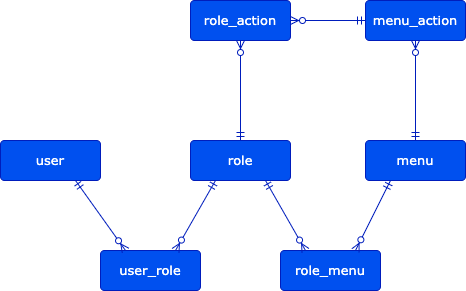
Earlier version of the draw.io export docs/rbac.drawio.png (acomma/admin). Source tidied: cells renumbered, new cells last; positions are measured from the earlier drawing's top-left corner, leaving out a move shared by most shapes.
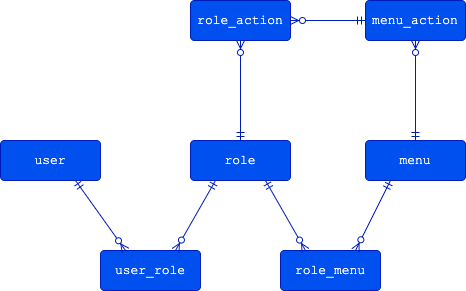
The same file after the commit.

Commit message:
docs: 实体关系模型

Diff of the diagram source:
```diff
@@ -2,46 +2,46 @@
   <root>
     <mxCell id="0" />
     <mxCell id="1" parent="0" />
-    <mxCell id="2" value="user" style="rounded=1;arcSize=10;whiteSpace=wrap;html=1;align=center;fontFamily=Verdana;fontSize=13;fillColor=#0050ef;fontColor=#ffffff;strokeColor=#001DBC;" parent="1" vertex="1">
+    <mxCell id="2" value="user" style="rounded=1;arcSize=10;whiteSpace=wrap;html=1;align=center;fontFamily=Courier New;fontSize=13;fillColor=#0050ef;fontColor=#ffffff;strokeColor=#001DBC;" parent="1" vertex="1">
       <mxGeometry y="140" width="100" height="40" as="geometry" />
     </mxCell>
-    <mxCell id="3" value="role" style="rounded=1;arcSize=10;whiteSpace=wrap;html=1;align=center;fontFamily=Verdana;fontSize=13;fillColor=#0050ef;fontColor=#ffffff;strokeColor=#001DBC;" parent="1" vertex="1">
+    <mxCell id="3" value="role" style="rounded=1;arcSize=10;whiteSpace=wrap;html=1;align=center;fontFamily=Courier New;fontSize=13;fillColor=#0050ef;fontColor=#ffffff;strokeColor=#001DBC;" parent="1" vertex="1">
       <mxGeometry x="190" y="140" width="100" height="40" as="geometry" />
     </mxCell>
-    <mxCell id="4" value="menu" style="rounded=1;arcSize=10;whiteSpace=wrap;html=1;align=center;fontFamily=Verdana;fontSize=13;fillColor=#0050ef;fontColor=#ffffff;strokeColor=#001DBC;" parent="1" vertex="1">
+    <mxCell id="4" value="menu" style="rounded=1;arcSize=10;whiteSpace=wrap;html=1;align=center;fontFamily=Courier New;fontSize=13;fillColor=#0050ef;fontColor=#ffffff;strokeColor=#001DBC;" parent="1" vertex="1">
       <mxGeometry x="365" y="140" width="100" height="40" as="geometry" />
     </mxCell>
-    <mxCell id="5" value="user_role" style="rounded=1;arcSize=10;whiteSpace=wrap;html=1;align=center;fontFamily=Verdana;fontSize=13;fillColor=#0050ef;fontColor=#ffffff;strokeColor=#001DBC;" parent="1" vertex="1">
+    <mxCell id="5" value="user_role" style="rounded=1;arcSize=10;whiteSpace=wrap;html=1;align=center;fontFamily=Courier New;fontSize=13;fillColor=#0050ef;fontColor=#ffffff;strokeColor=#001DBC;" parent="1" vertex="1">
       <mxGeometry x="100" y="250" width="100" height="40" as="geometry" />
     </mxCell>
-    <mxCell id="6" value="role_menu" style="rounded=1;arcSize=10;whiteSpace=wrap;html=1;align=center;fontFamily=Verdana;fontSize=13;fillColor=#0050ef;fontColor=#ffffff;strokeColor=#001DBC;" parent="1" vertex="1">
+    <mxCell id="6" value="role_menu" style="rounded=1;arcSize=10;whiteSpace=wrap;html=1;align=center;fontFamily=Courier New;fontSize=13;fillColor=#0050ef;fontColor=#ffffff;strokeColor=#001DBC;" parent="1" vertex="1">
       <mxGeometry x="280" y="250" width="100" height="40" as="geometry" />
     </mxCell>
-    <mxCell id="7" value="menu_action" style="rounded=1;arcSize=10;whiteSpace=wrap;html=1;align=center;fontFamily=Verdana;fontSize=13;fillColor=#0050ef;fontColor=#ffffff;strokeColor=#001DBC;" parent="1" vertex="1">
+    <mxCell id="7" value="menu_action" style="rounded=1;arcSize=10;whiteSpace=wrap;html=1;align=center;fontFamily=Courier New;fontSize=13;fillColor=#0050ef;fontColor=#ffffff;strokeColor=#001DBC;" parent="1" vertex="1">
       <mxGeometry x="365" width="100" height="40" as="geometry" />
     </mxCell>
-    <mxCell id="8" value="role_action" style="rounded=1;arcSize=10;whiteSpace=wrap;html=1;align=center;fontFamily=Verdana;fontSize=13;fillColor=#0050ef;strokeColor=#001DBC;fontColor=#ffffff;" parent="1" vertex="1">
+    <mxCell id="8" value="role_action" style="rounded=1;arcSize=10;whiteSpace=wrap;html=1;align=center;fontFamily=Courier New;fontSize=13;fillColor=#0050ef;strokeColor=#001DBC;fontColor=#ffffff;" parent="1" vertex="1">
       <mxGeometry x="190" width="100" height="40" as="geometry" />
     </mxCell>
-    <mxCell id="9" style="fontSize=13;html=1;endArrow=ERzeroToMany;startArrow=ERmandOne;exitX=0.75;exitY=1;exitDx=0;exitDy=0;entryX=0.25;entryY=0;entryDx=0;entryDy=0;fontFamily=Verdana;fillColor=#0050ef;strokeColor=#001DBC;" parent="1" edge="1" source="2" target="5">
+    <mxCell id="9" style="fontSize=13;html=1;endArrow=ERzeroToMany;startArrow=ERmandOne;exitX=0.75;exitY=1;exitDx=0;exitDy=0;entryX=0.25;entryY=0;entryDx=0;entryDy=0;fontFamily=Courier New;fillColor=#0050ef;strokeColor=#001DBC;" parent="1" edge="1" source="2" target="5">
       <mxGeometry relative="1" as="geometry" />
     </mxCell>
-    <mxCell id="10" style="fontSize=13;html=1;endArrow=ERzeroToMany;startArrow=ERmandOne;exitX=0.25;exitY=1;exitDx=0;exitDy=0;entryX=0.75;entryY=0;entryDx=0;entryDy=0;fontFamily=Verdana;fillColor=#0050ef;strokeColor=#001DBC;" parent="1" edge="1" source="3" target="5">
+    <mxCell id="10" style="fontSize=13;html=1;endArrow=ERzeroToMany;startArrow=ERmandOne;exitX=0.25;exitY=1;exitDx=0;exitDy=0;entryX=0.75;entryY=0;entryDx=0;entryDy=0;fontFamily=Courier New;fillColor=#0050ef;strokeColor=#001DBC;" parent="1" edge="1" source="3" target="5">
       <mxGeometry relative="1" as="geometry" />
     </mxCell>
-    <mxCell id="11" style="fontSize=13;html=1;endArrow=ERzeroToMany;startArrow=ERmandOne;exitX=0.75;exitY=1;exitDx=0;exitDy=0;entryX=0.25;entryY=0;entryDx=0;entryDy=0;fontFamily=Verdana;fillColor=#0050ef;strokeColor=#001DBC;" parent="1" edge="1" source="3" target="6">
+    <mxCell id="11" style="fontSize=13;html=1;endArrow=ERzeroToMany;startArrow=ERmandOne;exitX=0.75;exitY=1;exitDx=0;exitDy=0;entryX=0.25;entryY=0;entryDx=0;entryDy=0;fontFamily=Courier New;fillColor=#0050ef;strokeColor=#001DBC;" parent="1" edge="1" source="3" target="6">
       <mxGeometry relative="1" as="geometry" />
     </mxCell>
-    <mxCell id="12" style="fontSize=13;html=1;endArrow=ERzeroToMany;startArrow=ERmandOne;exitX=0.25;exitY=1;exitDx=0;exitDy=0;entryX=0.75;entryY=0;entryDx=0;entryDy=0;fontFamily=Verdana;fillColor=#0050ef;strokeColor=#001DBC;" parent="1" edge="1" source="4" target="6">
+    <mxCell id="12" style="fontSize=13;html=1;endArrow=ERzeroToMany;startArrow=ERmandOne;exitX=0.25;exitY=1;exitDx=0;exitDy=0;entryX=0.75;entryY=0;entryDx=0;entryDy=0;fontFamily=Courier New;fillColor=#0050ef;strokeColor=#001DBC;" parent="1" edge="1" source="4" target="6">
       <mxGeometry relative="1" as="geometry" />
     </mxCell>
-    <mxCell id="13" style="fontSize=13;html=1;endArrow=ERzeroToMany;startArrow=ERmandOne;exitX=0.5;exitY=0;exitDx=0;exitDy=0;entryX=0.5;entryY=1;entryDx=0;entryDy=0;fontFamily=Verdana;fillColor=#0050ef;strokeColor=#001DBC;" parent="1" edge="1" source="4" target="7">
+    <mxCell id="13" style="fontSize=13;html=1;endArrow=ERzeroToMany;startArrow=ERmandOne;exitX=0.5;exitY=0;exitDx=0;exitDy=0;entryX=0.5;entryY=1;entryDx=0;entryDy=0;fontFamily=Courier New;fillColor=#0050ef;strokeColor=#001DBC;" parent="1" edge="1" source="4" target="7">
       <mxGeometry relative="1" as="geometry" />
     </mxCell>
-    <mxCell id="14" style="fontSize=13;html=1;endArrow=ERzeroToMany;startArrow=ERmandOne;exitX=0.5;exitY=0;exitDx=0;exitDy=0;entryX=0.5;entryY=1;entryDx=0;entryDy=0;fontFamily=Verdana;fillColor=#0050ef;strokeColor=#001DBC;sketch=0;" parent="1" edge="1" source="3" target="8">
+    <mxCell id="14" style="fontSize=13;html=1;endArrow=ERzeroToMany;startArrow=ERmandOne;exitX=0.5;exitY=0;exitDx=0;exitDy=0;entryX=0.5;entryY=1;entryDx=0;entryDy=0;fontFamily=Courier New;fillColor=#0050ef;strokeColor=#001DBC;sketch=0;" parent="1" edge="1" source="3" target="8">
       <mxGeometry relative="1" as="geometry" />
     </mxCell>
-    <mxCell id="15" style="fontSize=13;html=1;endArrow=ERzeroToMany;startArrow=ERmandOne;exitX=0;exitY=0.5;exitDx=0;exitDy=0;entryX=1;entryY=0.5;entryDx=0;entryDy=0;fontFamily=Verdana;fillColor=#0050ef;strokeColor=#001DBC;" parent="1" edge="1" source="7" target="8">
+    <mxCell id="15" style="fontSize=13;html=1;endArrow=ERzeroToMany;startArrow=ERmandOne;exitX=0;exitY=0.5;exitDx=0;exitDy=0;entryX=1;entryY=0.5;entryDx=0;entryDy=0;fontFamily=Courier New;fillColor=#0050ef;strokeColor=#001DBC;" parent="1" edge="1" source="7" target="8">
       <mxGeometry relative="1" as="geometry" />
     </mxCell>
   </root>
```
